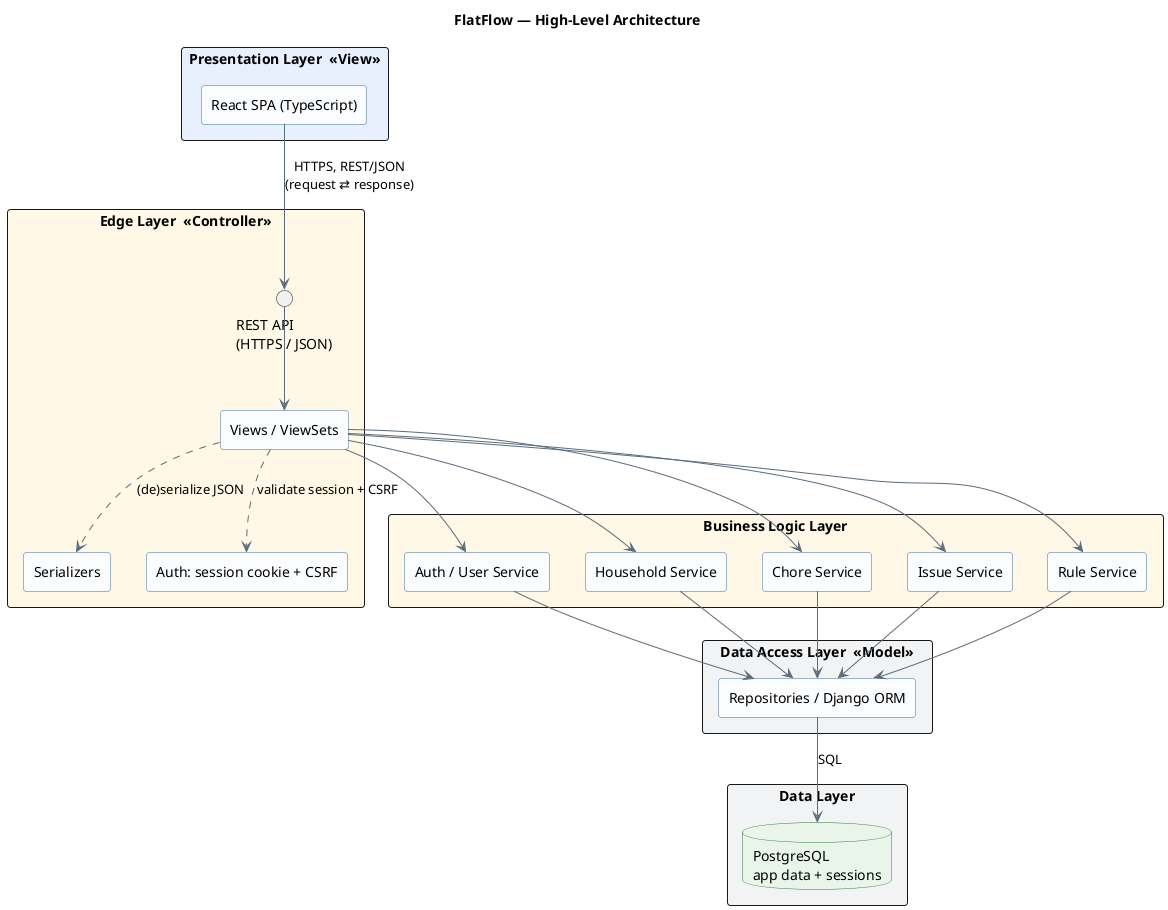
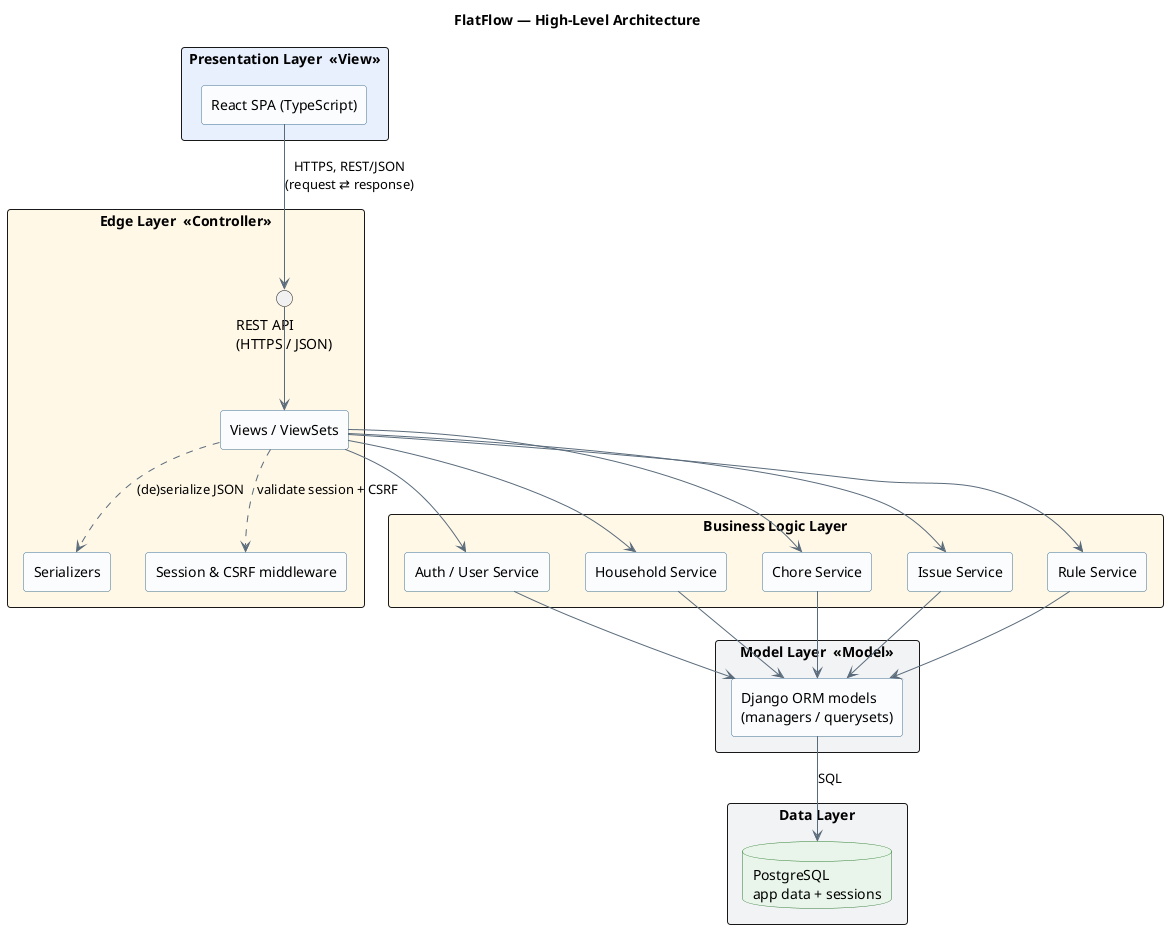
@startuml high-level-design
title FlatFlow — High-Level Architecture

' ── Styling (kept light, matches the data model) ─────────────────────
skinparam componentStyle rectangle
skinparam packageStyle rectangle
skinparam shadowing false
skinparam roundcorner 6
skinparam defaultFontName "Segoe UI"
skinparam component {
  BorderColor #3C6E91
  BackgroundColor #FBFCFE
}
skinparam database {
  BorderColor #2E7D32
  BackgroundColor #E9F5EA
}
skinparam ArrowColor #5A6B7B

' ── Presentation = MVC View (on the client) ──────────────────────────
package "Presentation Layer  «View»" #E8F0FE {
  [React SPA (TypeScript)] as SPA
}

' ── Edge = MVC Controller (request handling) ─────────────────────────
package "Edge Layer  «Controller»" #FFF8E7 {
  interface "REST API\n(HTTPS / JSON)" as REST
  [Views / ViewSets] as CTRL
  [Serializers] as SER
-   [Auth: session cookie + CSRF] as AUTH
+   [Session & CSRF middleware] as AUTH
}

- ' ── Business logic (refines MVC; orchestrates the domains) ───────────
+ ' ── Business logic (where real logic lives, e.g. status derivation) ──
package "Business Logic Layer" #FFF8E7 {
  [Auth / User Service] as S_AUTH
  [Household Service] as S_HH
  [Chore Service] as S_CHORE
  [Issue Service] as S_ISSUE
  [Rule Service] as S_RULE
}

- ' ── Data access + Data = MVC Model ───────────────────────────────────
- package "Data Access Layer  «Model»" #F2F3F5 {
-   [Repositories / Django ORM] as REPO
+ ' ── Model = Django ORM (Active Record: models + managers/querysets) ──
+ package "Model Layer  «Model»" #F2F3F5 {
+   [Django ORM models\n(managers / querysets)] as MODEL
}

package "Data Layer" #F2F3F5 {
  database "PostgreSQL\napp data + sessions" as DB
}

' ── Flows ────────────────────────────────────────────────────────────
SPA  --> REST : HTTPS, REST/JSON\n(request ⇄ response)
REST --> CTRL
CTRL ..> AUTH : validate session + CSRF
CTRL ..> SER  : (de)serialize JSON
CTRL --> S_AUTH
CTRL --> S_HH
CTRL --> S_CHORE
CTRL --> S_ISSUE
CTRL --> S_RULE
- S_AUTH  --> REPO
- S_HH    --> REPO
- S_CHORE --> REPO
- S_ISSUE --> REPO
- S_RULE  --> REPO
- REPO --> DB : SQL
+ S_AUTH  --> MODEL
+ S_HH    --> MODEL
+ S_CHORE --> MODEL
+ S_ISSUE --> MODEL
+ S_RULE  --> MODEL
+ MODEL --> DB : SQL
@enduml
